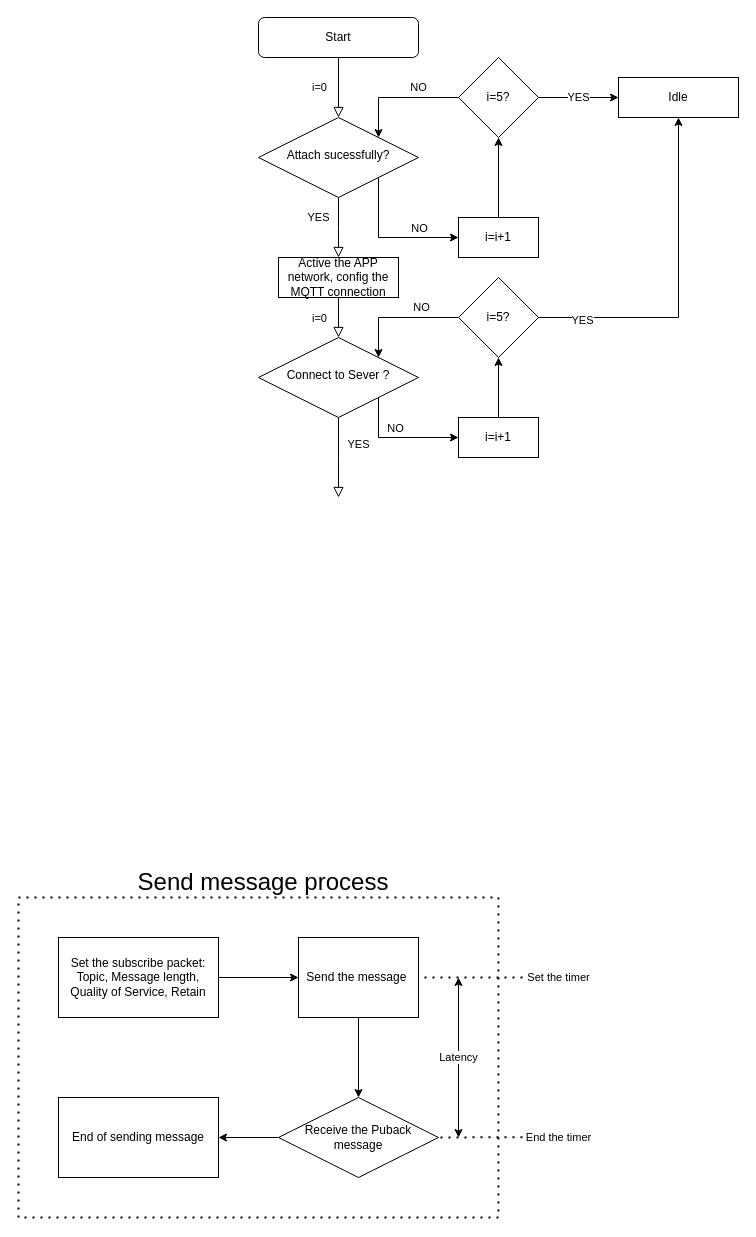
Before: NB_IoT.drawio in K2ayzz/ForDrawIO, a draw.io diagram. Source tidied: cells renumbered, new cells numbered last; positions are measured from the earlier drawing's top-left corner, leaving out a move shared by most shapes. Both pictures are drawn from the tidied source at 100%, with x=0, y=0 at pixel (18, 17).
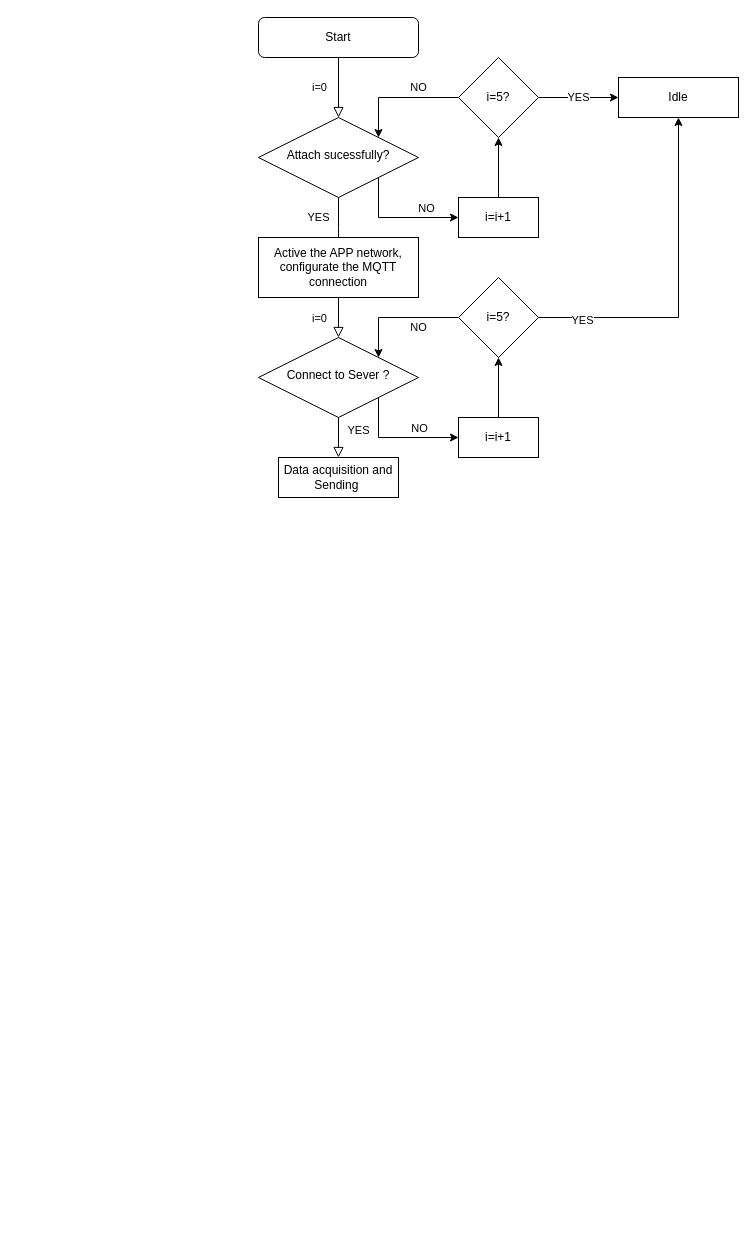
Above is the later version.

Commit message (it also covers changes not shown here):
Cập nhật NB_IoT.drawio

Unchanged cells that the change refers to:
```xml
<mxCell id="5" value="Connect to Sever ?" style="rhombus;whiteSpace=wrap;html=1;shadow=0;fontFamily=Helvetica;fontSize=12;align=center;strokeWidth=1;spacing=6;spacingTop=-4;" parent="1" vertex="1">
  <mxGeometry x="240" y="320" width="160" height="80" as="geometry" />
</mxCell>
<mxCell id="9" value="Attach sucessfully?" style="rhombus;whiteSpace=wrap;html=1;shadow=0;fontFamily=Helvetica;fontSize=12;align=center;strokeWidth=1;spacing=6;spacingTop=-4;" parent="1" vertex="1">
  <mxGeometry x="240" y="100" width="160" height="80" as="geometry" />
</mxCell>
<mxCell id="32" style="edgeStyle=orthogonalEdgeStyle;rounded=0;jettySize=auto;html=1;exitX=1;exitY=1;exitDx=0;exitDy=0;entryX=0;entryY=0.5;entryDx=0;entryDy=0;" parent="1" edge="1" source="5" target="35">
  <mxGeometry relative="1" as="geometry">
    <Array as="points">
      <mxPoint x="360" y="420" />
      <mxPoint x="440" y="420" />
    </Array>
  </mxGeometry>
</mxCell>
<mxCell id="39" value="i=5?" style="rhombus;whiteSpace=wrap;html=1;rounded=0;" parent="1" vertex="1">
  <mxGeometry x="440" y="260" width="80" height="80" as="geometry" />
</mxCell>
```

Diff of the diagram source:
```diff
@@
-    <mxCell id="6" value="YES" style="rounded=0;html=1;jettySize=auto;fontSize=11;endArrow=block;endFill=0;endSize=8;strokeWidth=1;shadow=0;labelBackgroundColor=none;edgeStyle=orthogonalEdgeStyle;exitX=0.5;exitY=1;exitDx=0;exitDy=0;" parent="1" edge="1" source="5">
-      <mxGeometry x="-0.34" y="20" relative="1" as="geometry">
-        <mxPoint x="320" y="480" as="targetPoint" />
-      </mxGeometry>
+    <mxCell id="6" value="YES" style="rounded=0;html=1;jettySize=auto;fontSize=11;endArrow=block;endFill=0;endSize=8;strokeWidth=1;shadow=0;labelBackgroundColor=none;edgeStyle=orthogonalEdgeStyle;exitX=0.5;exitY=1;exitDx=0;exitDy=0;entryX=0.5;entryY=0;entryDx=0;entryDy=0;" parent="1" edge="1" source="5" target="40">
+      <mxGeometry x="-0.34" y="20" relative="1" as="geometry" />
     </mxCell>
     <mxCell id="7" style="edgeStyle=orthogonalEdgeStyle;rounded=0;jettySize=auto;html=1;exitX=1;exitY=1;exitDx=0;exitDy=0;entryX=0;entryY=0.5;entryDx=0;entryDy=0;" parent="1" edge="1" source="9" target="26">
       <mxGeometry relative="1" as="geometry">
         <Array as="points">
-          <mxPoint x="360" y="220" />
+          <mxPoint x="360" y="200" />
+          <mxPoint x="440" y="200" />
         </Array>
       </mxGeometry>
     </mxCell>
@@
-    <mxCell id="12" value="Active the APP network, config the MQTT connection" style="rounded=0;whiteSpace=wrap;html=1;" parent="1" vertex="1">
-      <mxGeometry x="260" y="240" width="120" height="40" as="geometry" />
+    <mxCell id="12" value="Active the APP network, configurate the MQTT connection" style="rounded=0;whiteSpace=wrap;html=1;" parent="1" vertex="1">
+      <mxGeometry x="240" y="220" width="160" height="60" as="geometry" />
     </mxCell>
-    <mxCell id="13" style="edgeStyle=orthogonalEdgeStyle;rounded=0;jettySize=auto;html=1;" parent="1" edge="1" source="14" target="16">
-      <mxGeometry relative="1" as="geometry" />
-    </mxCell>
-    <mxCell id="14" value="Set the subscribe packet: Topic, Message length, Quality of Service, Retain" style="rounded=0;whiteSpace=wrap;html=1;" parent="1" vertex="1">
-      <mxGeometry x="40" y="920" width="160" height="80" as="geometry" />
-    </mxCell>
-    <mxCell id="15" style="edgeStyle=orthogonalEdgeStyle;rounded=0;jettySize=auto;html=1;" parent="1" edge="1" source="16" target="18">
-      <mxGeometry relative="1" as="geometry" />
-    </mxCell>
-    <mxCell id="16" value="Send the message&amp;nbsp;" style="rounded=0;whiteSpace=wrap;html=1;" parent="1" vertex="1">
-      <mxGeometry x="280" y="920" width="120" height="80" as="geometry" />
-    </mxCell>
-    <mxCell id="17" style="edgeStyle=orthogonalEdgeStyle;rounded=0;jettySize=auto;html=1;" parent="1" edge="1" source="18" target="20">
-      <mxGeometry relative="1" as="geometry" />
-    </mxCell>
-    <mxCell id="18" value="Receive the Puback message" style="rhombus;whiteSpace=wrap;html=1;rounded=0;" parent="1" vertex="1">
-      <mxGeometry x="260" y="1080" width="160" height="80" as="geometry" />
-    </mxCell>
-    <mxCell id="19" value="Latency" style="endArrow=classic;startArrow=classic;html=1;rounded=0;" parent="1" edge="1">
-      <mxGeometry relative="1" as="geometry">
-        <mxPoint x="440" y="1120" as="sourcePoint" />
-        <mxPoint x="440" y="960" as="targetPoint" />
-        <Array as="points">
-          <mxPoint x="440" y="1120" />
-          <mxPoint x="440" y="1040" />
-          <mxPoint x="440" y="960" />
-        </Array>
-      </mxGeometry>
-    </mxCell>
-    <mxCell id="20" value="End of sending message" style="whiteSpace=wrap;html=1;rounded=0;" parent="1" vertex="1">
-      <mxGeometry x="40" y="1080" width="160" height="80" as="geometry" />
-    </mxCell>
-    <mxCell id="21" style="endArrow=none;dashed=1;html=1;dashPattern=1 3;strokeWidth=2;rounded=0;" parent="1" edge="1">
-      <mxGeometry relative="1" as="geometry">
-        <mxPoint x="480" y="1200" as="sourcePoint" />
-        <mxPoint x="480" y="1200" as="targetPoint" />
-        <Array as="points">
-          <mxPoint y="1200" />
-          <mxPoint y="880" />
-          <mxPoint x="480" y="880" />
-        </Array>
-      </mxGeometry>
-    </mxCell>
-    <mxCell id="22" value="&lt;font style=&quot;font-size: 24px;&quot;&gt;Send message process&lt;/font&gt;" style="text;html=1;strokeColor=none;fillColor=none;align=center;verticalAlign=middle;whiteSpace=wrap;rounded=0;" parent="1" vertex="1">
-      <mxGeometry x="110" y="850" width="270" height="30" as="geometry" />
-    </mxCell>
-    <mxCell id="23" value="Set the timer" style="endArrow=none;dashed=1;html=1;dashPattern=1 3;strokeWidth=2;rounded=0;entryX=1;entryY=0.5;entryDx=0;entryDy=0;" parent="1" edge="1" target="16">
-      <mxGeometry x="-1" y="-20" relative="1" as="geometry">
-        <mxPoint x="520" y="960" as="sourcePoint" />
-        <mxPoint x="20" y="20" as="offset" />
-      </mxGeometry>
-    </mxCell>
-    <mxCell id="24" value="End the timer" style="endArrow=none;dashed=1;html=1;dashPattern=1 3;strokeWidth=2;rounded=0;entryX=1;entryY=0.5;entryDx=0;entryDy=0;" parent="1" edge="1" target="18">
-      <mxGeometry x="-1" y="-20" relative="1" as="geometry">
-        <mxPoint x="520" y="1119.6" as="sourcePoint" />
-        <mxPoint x="20" y="20" as="offset" />
-      </mxGeometry>
-    </mxCell>
@@
     <mxCell id="26" value="i=i+1" style="rounded=0;whiteSpace=wrap;html=1;" parent="1" vertex="1">
-      <mxGeometry x="440" y="200" width="80" height="40" as="geometry" />
+      <mxGeometry x="440" y="180" width="80" height="40" as="geometry" />
     </mxCell>
@@
     <mxCell id="33" value="NO" style="edgeLabel;html=1;align=center;verticalAlign=middle;" parent="32" vertex="1">
       <mxGeometry x="0.29" y="1" relative="1" as="geometry">
-        <mxPoint x="-21" y="-9" as="offset" />
+        <mxPoint x="3" y="-9" as="offset" />
       </mxGeometry>
     </mxCell>
@@
     <mxCell id="36" value="NO" style="edgeStyle=orthogonalEdgeStyle;rounded=0;jettySize=auto;html=1;entryX=1;entryY=0;entryDx=0;entryDy=0;" parent="1" edge="1" source="39" target="5">
-      <mxGeometry x="-0.38" y="-10" relative="1" as="geometry">
+      <mxGeometry x="-0.33" y="10" relative="1" as="geometry">
         <Array as="points">
           <mxPoint x="360" y="300" />
         </Array>
       </mxGeometry>
     </mxCell>
@@
+    <mxCell id="40" value="Data acquisition and Sending&amp;nbsp;" style="rounded=0;whiteSpace=wrap;html=1;" parent="1" vertex="1">
+      <mxGeometry x="260" y="440" width="120" height="40" as="geometry" />
+    </mxCell>
```
